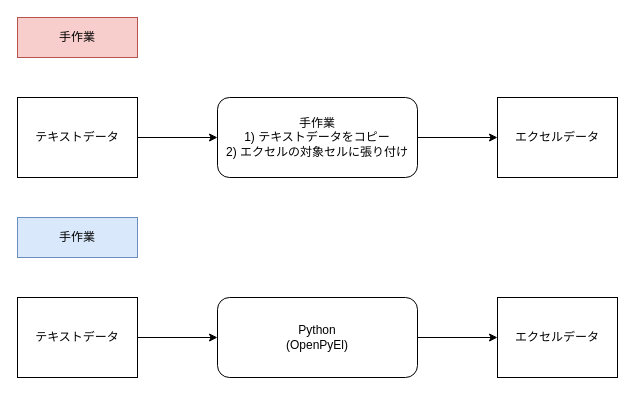
Before: excel2python.drawio in YossyIto/qiita_tag_items, a draw.io diagram. Source tidied: cells renumbered, new cells numbered last; positions are measured from the earlier drawing's top-left corner, leaving out a move shared by most shapes. Both pictures are drawn from the tidied source at 100%, with x=0, y=0 at pixel (17, 17).
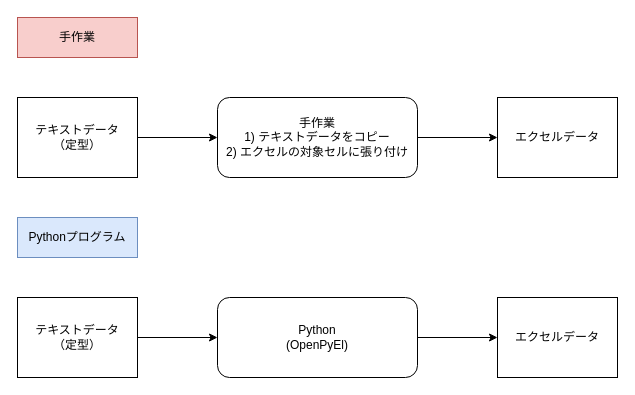
After the change.

Commit message (it also covers changes not shown here):
excel2python.drawio を更新します

Diff of the diagram source:
```diff
@@
 <mxGraphModel>
   <root>
     <mxCell id="0" />
     <mxCell id="1" parent="0" />
-    <mxCell id="2" value="テキストデータ" style="rounded=0;whiteSpace=wrap;html=1;" parent="1" vertex="1">
+    <mxCell id="2" value="テキストデータ&lt;div&gt;（定型）&lt;/div&gt;" style="rounded=0;whiteSpace=wrap;html=1;" parent="1" vertex="1">
       <mxGeometry y="80" width="120" height="80" as="geometry" />
     </mxCell>
     <mxCell id="3" value="エクセルデータ" style="rounded=0;whiteSpace=wrap;html=1;" parent="1" vertex="1">
       <mxGeometry x="480" y="80" width="120" height="80" as="geometry" />
     </mxCell>
     <mxCell id="4" value="手作業" style="text;html=1;align=center;verticalAlign=middle;whiteSpace=wrap;rounded=0;fillColor=#f8cecc;strokeColor=#b85450;" parent="1" vertex="1">
       <mxGeometry width="120" height="40" as="geometry" />
     </mxCell>
     <mxCell id="5" value="手作業&lt;div&gt;1) テキストデータをコピー&lt;/div&gt;&lt;div&gt;2) エクセルの対象セルに張り付け&lt;/div&gt;" style="rounded=1;whiteSpace=wrap;html=1;" parent="1" vertex="1">
       <mxGeometry x="200" y="80" width="200" height="80" as="geometry" />
     </mxCell>
     <mxCell id="6" style="endArrow=classic;html=1;rounded=0;exitX=1;exitY=0.5;exitDx=0;exitDy=0;entryX=0;entryY=0.5;entryDx=0;entryDy=0;" parent="1" edge="1" source="2" target="5">
       <mxGeometry relative="1" as="geometry" />
     </mxCell>
     <mxCell id="7" style="endArrow=classic;html=1;rounded=0;exitX=1;exitY=0.5;exitDx=0;exitDy=0;" parent="1" edge="1" source="5">
       <mxGeometry relative="1" as="geometry">
         <mxPoint x="480" y="120" as="targetPoint" />
       </mxGeometry>
     </mxCell>
-    <mxCell id="8" value="テキストデータ" style="rounded=0;whiteSpace=wrap;html=1;" parent="1" vertex="1">
+    <mxCell id="8" value="テキストデータ&lt;div&gt;（定型）&lt;br&gt;&lt;/div&gt;" style="rounded=0;whiteSpace=wrap;html=1;" parent="1" vertex="1">
       <mxGeometry y="280" width="120" height="80" as="geometry" />
     </mxCell>
     <mxCell id="9" value="エクセルデータ" style="rounded=0;whiteSpace=wrap;html=1;" parent="1" vertex="1">
       <mxGeometry x="480" y="280" width="120" height="80" as="geometry" />
     </mxCell>
     <mxCell id="10" value="Python&lt;div&gt;(OpenPyEl)&lt;/div&gt;" style="rounded=1;whiteSpace=wrap;html=1;" parent="1" vertex="1">
       <mxGeometry x="200" y="280" width="200" height="80" as="geometry" />
     </mxCell>
     <mxCell id="11" style="endArrow=classic;html=1;rounded=0;exitX=1;exitY=0.5;exitDx=0;exitDy=0;entryX=0;entryY=0.5;entryDx=0;entryDy=0;" parent="1" edge="1" source="8" target="10">
       <mxGeometry relative="1" as="geometry" />
     </mxCell>
     <mxCell id="12" style="endArrow=classic;html=1;rounded=0;exitX=1;exitY=0.5;exitDx=0;exitDy=0;" parent="1" edge="1" source="10">
       <mxGeometry relative="1" as="geometry">
         <mxPoint x="480" y="320" as="targetPoint" />
       </mxGeometry>
     </mxCell>
-    <mxCell id="13" value="手作業" style="text;html=1;align=center;verticalAlign=middle;whiteSpace=wrap;rounded=0;fillColor=#dae8fc;strokeColor=#6c8ebf;" parent="1" vertex="1">
+    <mxCell id="13" value="Pythonプログラム" style="text;html=1;align=center;verticalAlign=middle;whiteSpace=wrap;rounded=0;fillColor=#dae8fc;strokeColor=#6c8ebf;" parent="1" vertex="1">
       <mxGeometry y="200" width="120" height="40" as="geometry" />
     </mxCell>
   </root>
 </mxGraphModel>
```
